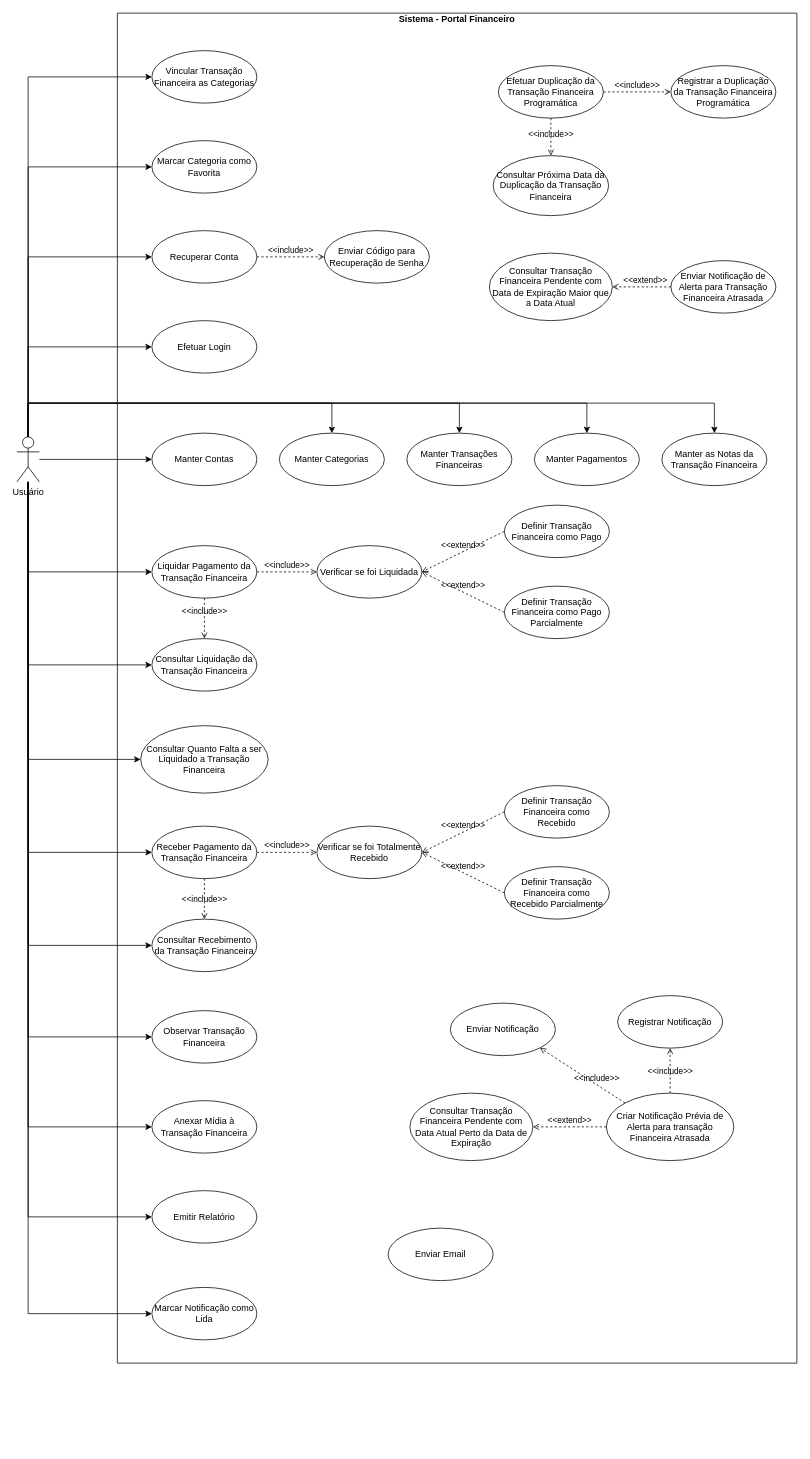
Before: docs/use-case.diagram.drawio in Danrley-Ruan-Saquetti/esliph-finance, a draw.io diagram. Source tidied: cells renumbered, new cells numbered last; positions are measured from the earlier drawing's top-left corner, leaving out a move shared by most shapes. Both pictures are drawn from the tidied source at 75%, with x=0, y=0 at pixel (16, 13).
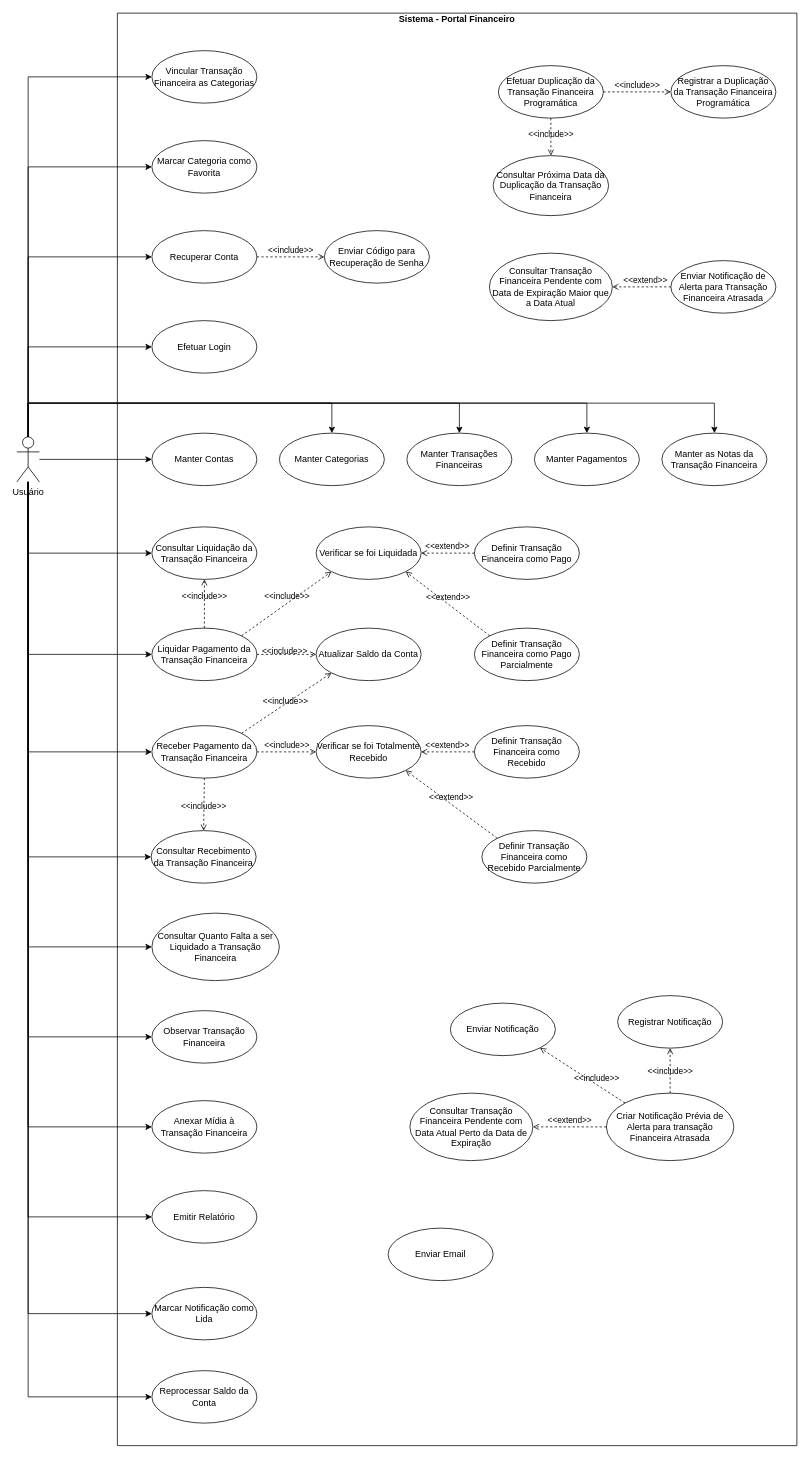
The same page after the edit.

The change refers to these unchanged cells:
```xml
<mxCell id="70" value="Usuário" style="shape=umlActor;verticalLabelPosition=bottom;verticalAlign=top;html=1;outlineConnect=0;" parent="1" vertex="1">
  <mxGeometry y="565" width="30" height="60" as="geometry" />
</mxCell>
```

What changed in the source:
```diff
@@
     <mxCell id="4" value="&#10;Sistema - Portal Financeiro" style="swimlane;startSize=0;" parent="1" vertex="1">
-      <mxGeometry x="134" width="906" height="1800" as="geometry" />
+      <mxGeometry x="134" width="906" height="1910" as="geometry" />
     </mxCell>
@@
     <mxCell id="13" value="Liquidar Pagamento da Transação Financeira" style="ellipse;whiteSpace=wrap;html=1;" parent="4" vertex="1">
-      <mxGeometry x="46" y="710" width="140" height="70" as="geometry" />
+      <mxGeometry x="46" y="820" width="140" height="70" as="geometry" />
     </mxCell>
     <mxCell id="14" value="Consultar Liquidação da Transação Financeira" style="ellipse;whiteSpace=wrap;html=1;" parent="4" vertex="1">
-      <mxGeometry x="46" y="834" width="140" height="70" as="geometry" />
+      <mxGeometry x="46" y="685" width="140" height="70" as="geometry" />
     </mxCell>
     <mxCell id="15" value="Verificar se foi Liquidada" style="ellipse;whiteSpace=wrap;html=1;" parent="4" vertex="1">
-      <mxGeometry x="266" y="710" width="140" height="70" as="geometry" />
+      <mxGeometry x="265" y="685" width="140" height="70" as="geometry" />
     </mxCell>
     <mxCell id="16" value="Definir Transação Financeira como Pago" style="ellipse;whiteSpace=wrap;html=1;" parent="4" vertex="1">
-      <mxGeometry x="516" y="656" width="140" height="70" as="geometry" />
+      <mxGeometry x="476" y="685" width="140" height="70" as="geometry" />
     </mxCell>
     <mxCell id="17" value="Definir Transação Financeira como Pago Parcialmente" style="ellipse;whiteSpace=wrap;html=1;" parent="4" vertex="1">
-      <mxGeometry x="516" y="764" width="140" height="70" as="geometry" />
+      <mxGeometry x="476" y="820" width="140" height="70" as="geometry" />
     </mxCell>
-    <mxCell id="18" value="&amp;lt;&amp;lt;extend&amp;gt;&amp;gt;" style="html=1;verticalAlign=bottom;labelBackgroundColor=none;endArrow=open;endFill=0;dashed=1;rounded=0;exitX=0;exitY=0.5;exitDx=0;exitDy=0;entryX=1;entryY=0.5;entryDx=0;entryDy=0;" parent="4" edge="1" source="17" target="15">
+    <mxCell id="18" value="&amp;lt;&amp;lt;extend&amp;gt;&amp;gt;" style="html=1;verticalAlign=bottom;labelBackgroundColor=none;endArrow=open;endFill=0;dashed=1;rounded=0;exitX=0;exitY=0;exitDx=0;exitDy=0;entryX=1;entryY=1;entryDx=0;entryDy=0;" parent="4" edge="1" source="17" target="15">
       <mxGeometry relative="1" as="geometry" />
     </mxCell>
@@
-    <mxCell id="22" value="Consultar Quanto Falta a ser Liquidado a Transação Financeira" style="ellipse;whiteSpace=wrap;html=1;" parent="4" vertex="1">
-      <mxGeometry x="31" y="950" width="170" height="90" as="geometry" />
-    </mxCell>
@@
-    <mxCell id="24" value="&amp;lt;&amp;lt;include&amp;gt;&amp;gt;" style="html=1;verticalAlign=bottom;labelBackgroundColor=none;endArrow=open;endFill=0;dashed=1;rounded=0;exitX=0.5;exitY=1;exitDx=0;exitDy=0;entryX=0.5;entryY=0;entryDx=0;entryDy=0;" parent="4" edge="1" source="13" target="14">
-      <mxGeometry relative="1" as="geometry" />
+    <mxCell id="24" value="&amp;lt;&amp;lt;include&amp;gt;&amp;gt;" style="html=1;verticalAlign=bottom;labelBackgroundColor=none;endArrow=open;endFill=0;dashed=1;rounded=0;exitX=0.5;exitY=0;exitDx=0;exitDy=0;" parent="4" edge="1" source="13">
+      <mxGeometry relative="1" as="geometry">
+        <mxPoint x="116" y="755" as="targetPoint" />
+      </mxGeometry>
     </mxCell>
-    <mxCell id="25" value="&amp;lt;&amp;lt;include&amp;gt;&amp;gt;" style="html=1;verticalAlign=bottom;labelBackgroundColor=none;endArrow=open;endFill=0;dashed=1;rounded=0;exitX=1;exitY=0.5;exitDx=0;exitDy=0;entryX=0;entryY=0.5;entryDx=0;entryDy=0;" parent="4" edge="1" source="13" target="15">
+    <mxCell id="25" value="&amp;lt;&amp;lt;include&amp;gt;&amp;gt;" style="html=1;verticalAlign=bottom;labelBackgroundColor=none;endArrow=open;endFill=0;dashed=1;rounded=0;exitX=1;exitY=0;exitDx=0;exitDy=0;entryX=0;entryY=1;entryDx=0;entryDy=0;" parent="4" edge="1" source="13" target="15">
       <mxGeometry relative="1" as="geometry" />
     </mxCell>
@@
     <mxCell id="46" value="Receber Pagamento da Transação Financeira" style="ellipse;whiteSpace=wrap;html=1;" parent="4" vertex="1">
-      <mxGeometry x="46" y="1084" width="140" height="70" as="geometry" />
+      <mxGeometry x="46" y="950" width="140" height="70" as="geometry" />
     </mxCell>
     <mxCell id="47" value="Consultar Recebimento da Transação Financeira" style="ellipse;whiteSpace=wrap;html=1;" parent="4" vertex="1">
-      <mxGeometry x="46" y="1208" width="140" height="70" as="geometry" />
+      <mxGeometry x="45" y="1090" width="140" height="70" as="geometry" />
     </mxCell>
     <mxCell id="48" value="Verificar se foi Totalmente Recebido" style="ellipse;whiteSpace=wrap;html=1;" parent="4" vertex="1">
-      <mxGeometry x="266" y="1084" width="140" height="70" as="geometry" />
+      <mxGeometry x="265" y="950" width="140" height="70" as="geometry" />
     </mxCell>
     <mxCell id="49" value="Definir Transação Financeira como Recebido" style="ellipse;whiteSpace=wrap;html=1;" parent="4" vertex="1">
-      <mxGeometry x="516" y="1030" width="140" height="70" as="geometry" />
+      <mxGeometry x="476" y="950" width="140" height="70" as="geometry" />
     </mxCell>
     <mxCell id="50" value="Definir Transação Financeira como Recebido Parcialmente" style="ellipse;whiteSpace=wrap;html=1;" parent="4" vertex="1">
-      <mxGeometry x="516" y="1138" width="140" height="70" as="geometry" />
+      <mxGeometry x="486" y="1090" width="140" height="70" as="geometry" />
     </mxCell>
-    <mxCell id="51" value="&amp;lt;&amp;lt;extend&amp;gt;&amp;gt;" style="html=1;verticalAlign=bottom;labelBackgroundColor=none;endArrow=open;endFill=0;dashed=1;rounded=0;exitX=0;exitY=0.5;exitDx=0;exitDy=0;entryX=1;entryY=0.5;entryDx=0;entryDy=0;" parent="4" edge="1" source="50" target="48">
+    <mxCell id="51" value="&amp;lt;&amp;lt;extend&amp;gt;&amp;gt;" style="html=1;verticalAlign=bottom;labelBackgroundColor=none;endArrow=open;endFill=0;dashed=1;rounded=0;exitX=0;exitY=0;exitDx=0;exitDy=0;entryX=1;entryY=1;entryDx=0;entryDy=0;" parent="4" edge="1" source="50" target="48">
       <mxGeometry relative="1" as="geometry" />
     </mxCell>
@@
+    <mxCell id="72" value="Atualizar Saldo da Conta" style="ellipse;whiteSpace=wrap;html=1;" parent="4" vertex="1">
+      <mxGeometry x="265" y="820" width="140" height="70" as="geometry" />
+    </mxCell>
+    <mxCell id="73" value="&amp;lt;&amp;lt;include&amp;gt;&amp;gt;" style="html=1;verticalAlign=bottom;labelBackgroundColor=none;endArrow=open;endFill=0;dashed=1;rounded=0;exitX=1;exitY=0;exitDx=0;exitDy=0;entryX=0;entryY=1;entryDx=0;entryDy=0;" parent="4" edge="1" source="46" target="72">
+      <mxGeometry x="-0.07" y="-5" relative="1" as="geometry" />
+    </mxCell>
+    <mxCell id="74" value="&amp;lt;&amp;lt;include&amp;gt;&amp;gt;" style="html=1;verticalAlign=bottom;labelBackgroundColor=none;endArrow=open;endFill=0;dashed=1;rounded=0;exitX=1;exitY=0.5;exitDx=0;exitDy=0;entryX=0;entryY=0.5;entryDx=0;entryDy=0;" parent="4" edge="1" source="13" target="72">
+      <mxGeometry x="-0.07" y="-5" relative="1" as="geometry" />
+    </mxCell>
+    <mxCell id="22" value="Consultar Quanto Falta a ser Liquidado a Transação Financeira" style="ellipse;whiteSpace=wrap;html=1;" parent="4" vertex="1">
+      <mxGeometry x="46" y="1200" width="170" height="90" as="geometry" />
+    </mxCell>
+    <mxCell id="75" value="Reprocessar Saldo da Conta" style="ellipse;whiteSpace=wrap;html=1;" parent="4" vertex="1">
+      <mxGeometry x="46" y="1810" width="140" height="70" as="geometry" />
+    </mxCell>
@@
     <mxCell id="60" style="edgeStyle=orthogonalEdgeStyle;rounded=0;jettySize=auto;html=1;entryX=0;entryY=0.5;entryDx=0;entryDy=0;" parent="1" edge="1" source="70" target="13">
       <mxGeometry relative="1" as="geometry">
         <Array as="points">
-          <mxPoint x="15" y="745" />
+          <mxPoint x="15" y="855" />
         </Array>
       </mxGeometry>
     </mxCell>
@@
     <mxCell id="63" style="edgeStyle=orthogonalEdgeStyle;rounded=0;jettySize=auto;html=1;entryX=0;entryY=0.5;entryDx=0;entryDy=0;" parent="1" edge="1" source="70" target="14">
       <mxGeometry relative="1" as="geometry">
         <Array as="points">
-          <mxPoint x="15" y="869" />
+          <mxPoint x="15" y="720" />
         </Array>
       </mxGeometry>
     </mxCell>
     <mxCell id="64" style="edgeStyle=orthogonalEdgeStyle;rounded=0;jettySize=auto;html=1;entryX=0;entryY=0.5;entryDx=0;entryDy=0;" parent="1" edge="1" source="70" target="22">
       <mxGeometry relative="1" as="geometry">
         <Array as="points">
-          <mxPoint x="15" y="995" />
+          <mxPoint x="15" y="1245" />
         </Array>
       </mxGeometry>
     </mxCell>
@@
     <mxCell id="68" style="edgeStyle=orthogonalEdgeStyle;rounded=0;jettySize=auto;html=1;entryX=0;entryY=0.5;entryDx=0;entryDy=0;" parent="1" edge="1" source="70" target="46">
       <mxGeometry relative="1" as="geometry">
         <Array as="points">
-          <mxPoint x="15" y="1119" />
+          <mxPoint x="15" y="985" />
         </Array>
       </mxGeometry>
     </mxCell>
     <mxCell id="69" style="edgeStyle=orthogonalEdgeStyle;rounded=0;jettySize=auto;html=1;entryX=0;entryY=0.5;entryDx=0;entryDy=0;" parent="1" edge="1" source="70" target="47">
       <mxGeometry relative="1" as="geometry">
         <Array as="points">
-          <mxPoint x="15" y="1243" />
+          <mxPoint x="15" y="1125" />
         </Array>
       </mxGeometry>
     </mxCell>
+    <mxCell id="76" style="edgeStyle=orthogonalEdgeStyle;rounded=0;jettySize=auto;html=1;entryX=0;entryY=0.5;entryDx=0;entryDy=0;" parent="1" edge="1" source="70" target="75">
+      <mxGeometry relative="1" as="geometry">
+        <Array as="points">
+          <mxPoint x="15" y="1845" />
+        </Array>
+      </mxGeometry>
+    </mxCell>
```
